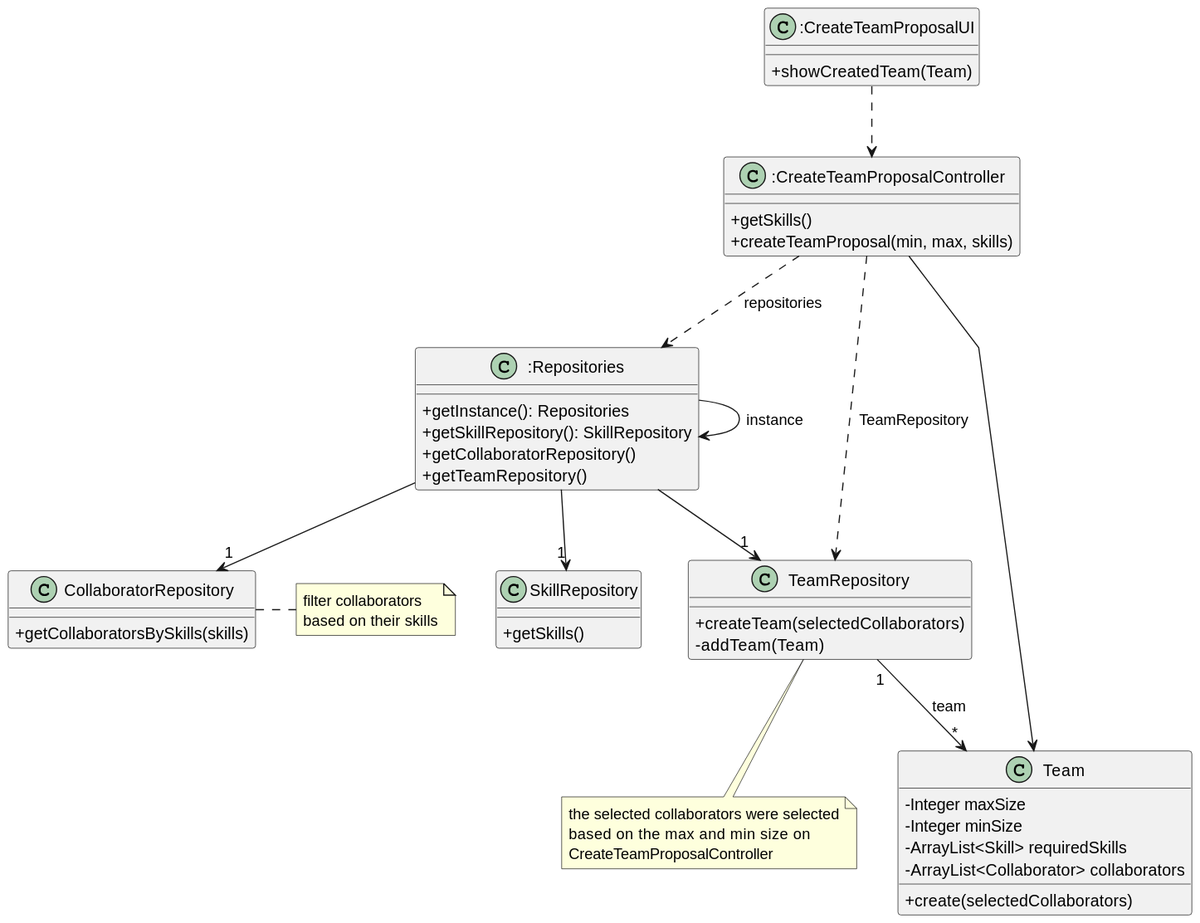
Before: docs/sprintB/us005/03.design/svg/us005-class-diagram.svg, a diagram exported from PlantUML (Departamento-de-Engenharia-Informatica/lei-24-s2-1do-g164).
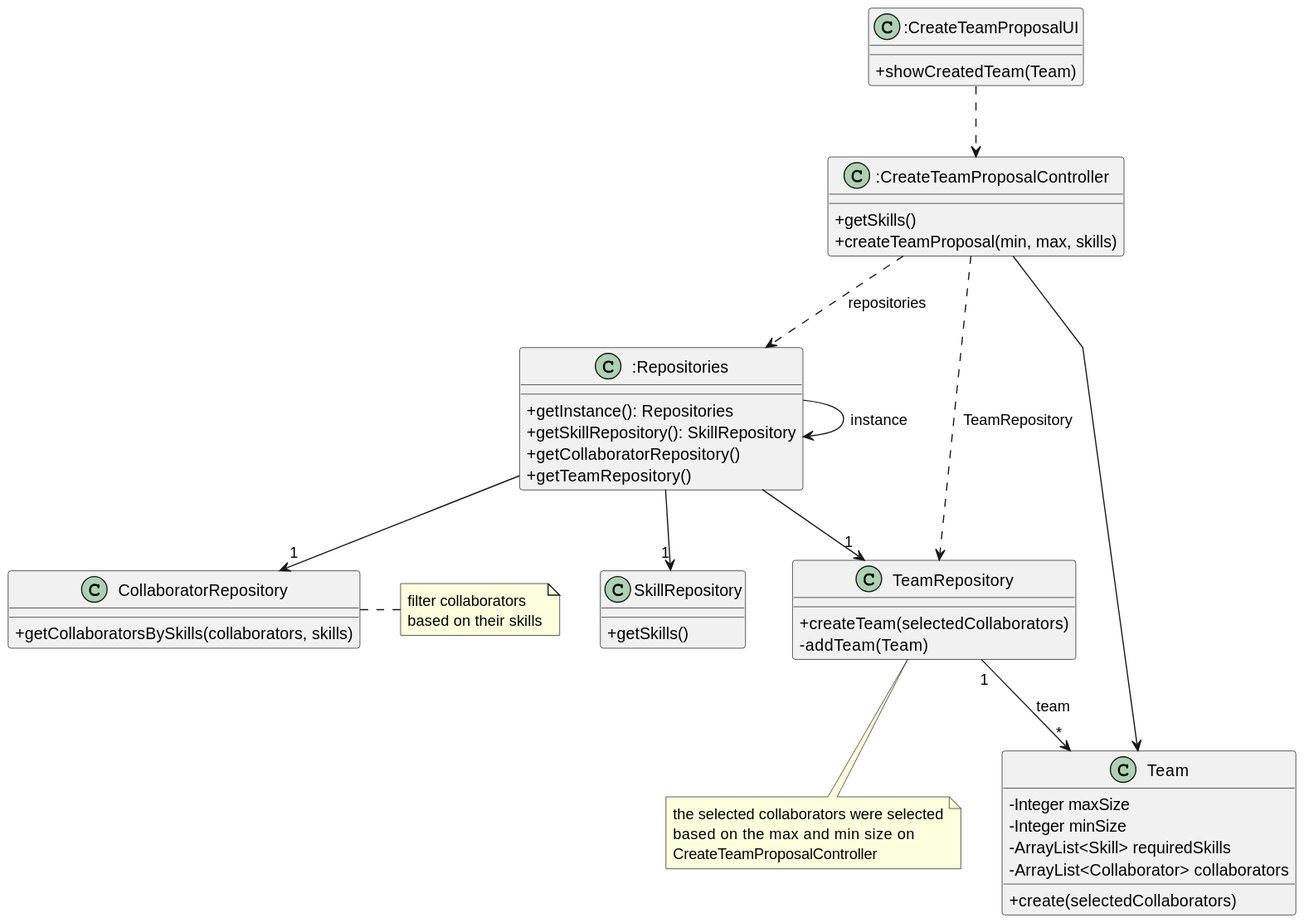
The same diagram one commit later.

The edit, as a diff of the source:
```diff
@@ -35,7 +35,7 @@
 
 
 class "CollaboratorRepository" as CollaboratorRepository {
-    +getCollaboratorsBySkills(skills)
+    +getCollaboratorsBySkills(collaborators, skills)
 }
 
 class "TeamRepository" as TeamRepository {
```
